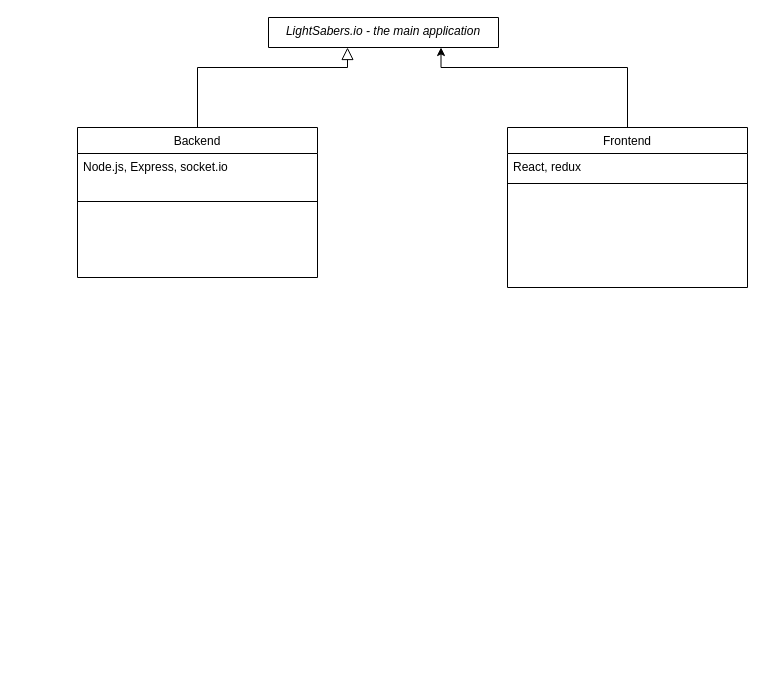
Earlier version of the draw.io diagram Untitled Diagram.drawio (Kvaigonee/Lightsabers-battle). Source tidied: cells renumbered, new cells numbered last; positions are measured from the earlier drawing's top-left corner, leaving out a move shared by most shapes. Both pictures are drawn from the tidied source at 100%, with x=0, y=0 at pixel (77, 17).
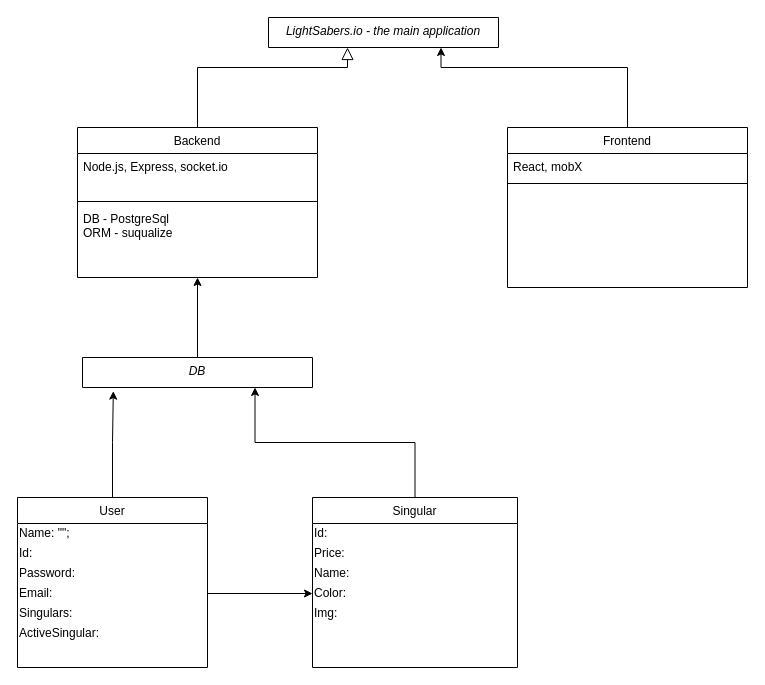
The same diagram, later.

The change refers to these unchanged cells:
```xml
<mxCell id="3" value="Backend" style="swimlane;fontStyle=0;align=center;verticalAlign=top;horizontal=1;startSize=26;rounded=0;shadow=0;strokeWidth=1;" parent="1" vertex="1">
  <mxGeometry y="110" width="240" height="150" as="geometry" />
</mxCell>
<mxCell id="8" value="Frontend" style="swimlane;fontStyle=0;align=center;verticalAlign=top;horizontal=1;startSize=26;rounded=0;shadow=0;strokeWidth=1;" parent="1" vertex="1">
  <mxGeometry x="430" y="110" width="240" height="160" as="geometry" />
</mxCell>
```

Diff of the diagram source:
```diff
@@
+    <mxCell id="11" value="DB - PostgreSql&#10;ORM - suqualize&#10;" style="text;align=left;verticalAlign=top;spacingLeft=4;spacingRight=4;overflow=hidden;" parent="3" vertex="1">
+      <mxGeometry y="78" width="240" height="44" as="geometry" />
+    </mxCell>
@@
-    <mxCell id="9" value="React, redux" style="text;align=left;verticalAlign=top;spacingLeft=4;spacingRight=4;overflow=hidden;" parent="8" vertex="1">
+    <mxCell id="9" value="React, mobX" style="text;align=left;verticalAlign=top;spacingLeft=4;spacingRight=4;overflow=hidden;" parent="8" vertex="1">
       <mxGeometry y="26" width="240" height="26" as="geometry" />
     </mxCell>
@@
+    <mxCell id="12" style="edgeStyle=orthogonalEdgeStyle;rounded=0;jettySize=auto;html=1;exitX=0.5;exitY=0;exitDx=0;exitDy=0;entryX=0.134;entryY=1.122;entryDx=0;entryDy=0;entryPerimeter=0;" parent="1" edge="1" source="13" target="21">
+      <mxGeometry relative="1" as="geometry" />
+    </mxCell>
+    <mxCell id="13" value="User&#10;" style="swimlane;fontStyle=0;align=center;verticalAlign=top;horizontal=1;startSize=26;rounded=0;shadow=0;strokeWidth=1;" parent="1" vertex="1">
+      <mxGeometry x="-60" y="480" width="190" height="170" as="geometry" />
+    </mxCell>
+    <mxCell id="14" value="&lt;div&gt;Name: &quot;&quot;;&lt;/div&gt;" style="text;html=1;align=left;verticalAlign=middle;strokeColor=none;fillColor=none;" parent="13" vertex="1">
+      <mxGeometry y="26" width="190" height="20" as="geometry" />
+    </mxCell>
+    <mxCell id="15" value="Id:" style="text;html=1;align=left;verticalAlign=middle;strokeColor=none;fillColor=none;" parent="13" vertex="1">
+      <mxGeometry y="46" width="190" height="20" as="geometry" />
+    </mxCell>
+    <mxCell id="16" value="Password:" style="text;html=1;align=left;verticalAlign=middle;strokeColor=none;fillColor=none;" parent="13" vertex="1">
+      <mxGeometry y="66" width="190" height="20" as="geometry" />
+    </mxCell>
+    <mxCell id="17" value="&lt;div&gt;Email:&lt;/div&gt;" style="text;html=1;align=left;verticalAlign=middle;points=[];strokeColor=none;fillColor=none;" parent="13" vertex="1">
+      <mxGeometry y="86" width="190" height="20" as="geometry" />
+    </mxCell>
+    <mxCell id="18" value="Singulars:" style="text;html=1;align=left;verticalAlign=middle;strokeColor=none;fillColor=none;" parent="13" vertex="1">
+      <mxGeometry y="106" width="190" height="20" as="geometry" />
+    </mxCell>
+    <mxCell id="19" value="ActiveSingular:" style="text;html=1;align=left;verticalAlign=middle;strokeColor=none;fillColor=none;" parent="13" vertex="1">
+      <mxGeometry y="126" width="190" height="20" as="geometry" />
+    </mxCell>
+    <mxCell id="20" style="edgeStyle=orthogonalEdgeStyle;rounded=0;jettySize=auto;html=1;exitX=0.5;exitY=0;exitDx=0;exitDy=0;entryX=0.5;entryY=1;entryDx=0;entryDy=0;" parent="1" edge="1" source="21" target="3">
+      <mxGeometry relative="1" as="geometry" />
+    </mxCell>
+    <mxCell id="21" value="DB&#10;" style="swimlane;fontStyle=2;align=center;verticalAlign=top;horizontal=1;startSize=30;rounded=0;shadow=0;strokeWidth=1;" parent="1" vertex="1">
+      <mxGeometry x="5" y="340" width="230" height="30" as="geometry" />
+    </mxCell>
+    <mxCell id="22" style="edgeStyle=orthogonalEdgeStyle;rounded=0;jettySize=auto;html=1;exitX=0.5;exitY=0;exitDx=0;exitDy=0;entryX=0.75;entryY=1;entryDx=0;entryDy=0;" parent="1" edge="1" source="23" target="21">
+      <mxGeometry relative="1" as="geometry" />
+    </mxCell>
+    <mxCell id="23" value="Singular&#10;" style="swimlane;fontStyle=0;align=center;verticalAlign=top;horizontal=1;startSize=26;rounded=0;shadow=0;strokeWidth=1;" parent="1" vertex="1">
+      <mxGeometry x="235" y="480" width="205" height="170" as="geometry" />
+    </mxCell>
+    <mxCell id="24" value="Id:" style="text;html=1;align=left;verticalAlign=middle;strokeColor=none;fillColor=none;" parent="23" vertex="1">
+      <mxGeometry y="26" width="205" height="20" as="geometry" />
+    </mxCell>
+    <mxCell id="25" value="Price:" style="text;html=1;align=left;verticalAlign=middle;strokeColor=none;fillColor=none;" parent="23" vertex="1">
+      <mxGeometry y="46" width="205" height="20" as="geometry" />
+    </mxCell>
+    <mxCell id="26" value="Name:" style="text;html=1;align=left;verticalAlign=middle;strokeColor=none;fillColor=none;" parent="23" vertex="1">
+      <mxGeometry y="66" width="205" height="20" as="geometry" />
+    </mxCell>
+    <mxCell id="27" value="Color:" style="text;html=1;align=left;verticalAlign=middle;points=[];strokeColor=none;fillColor=none;" parent="23" vertex="1">
+      <mxGeometry y="86" width="205" height="20" as="geometry" />
+    </mxCell>
+    <mxCell id="28" value="Img:" style="text;html=1;align=left;verticalAlign=middle;strokeColor=none;fillColor=none;" parent="23" vertex="1">
+      <mxGeometry y="106" width="205" height="20" as="geometry" />
+    </mxCell>
+    <mxCell id="29" style="edgeStyle=orthogonalEdgeStyle;rounded=0;jettySize=auto;html=1;" parent="1" edge="1" source="17" target="27">
+      <mxGeometry relative="1" as="geometry" />
+    </mxCell>
```
